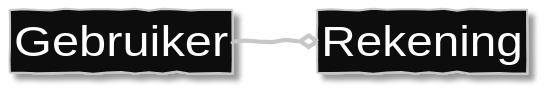
Above: slides/domein-modellen/diagrammen/voorbeeld-aggregatie.svg in gielese/presentatieModelleren (PlantUML), before the change. Its diagram source:
```plantuml
@startuml
skinparam monochrome reverse
        skinparam backgroundColor transparent
        skinparam handwritten true
        skinparam defaultFontSize 30
        skinparam arrowThickness 3
        skinparam nodesep 60


        class Gebruiker
        class Rekening

        Gebruiker -r-o Rekening

        hide members
        hide circle
@enduml
```
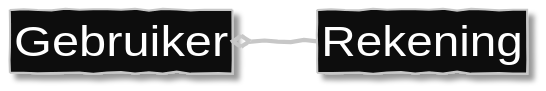
After the commit.

Diff of the diagram source:
```diff
@@ -10,7 +10,7 @@
         class Gebruiker
         class Rekening
 
-        Gebruiker -r-o Rekening
+        Gebruiker o-r- Rekening
 
         hide members
         hide circle
```
